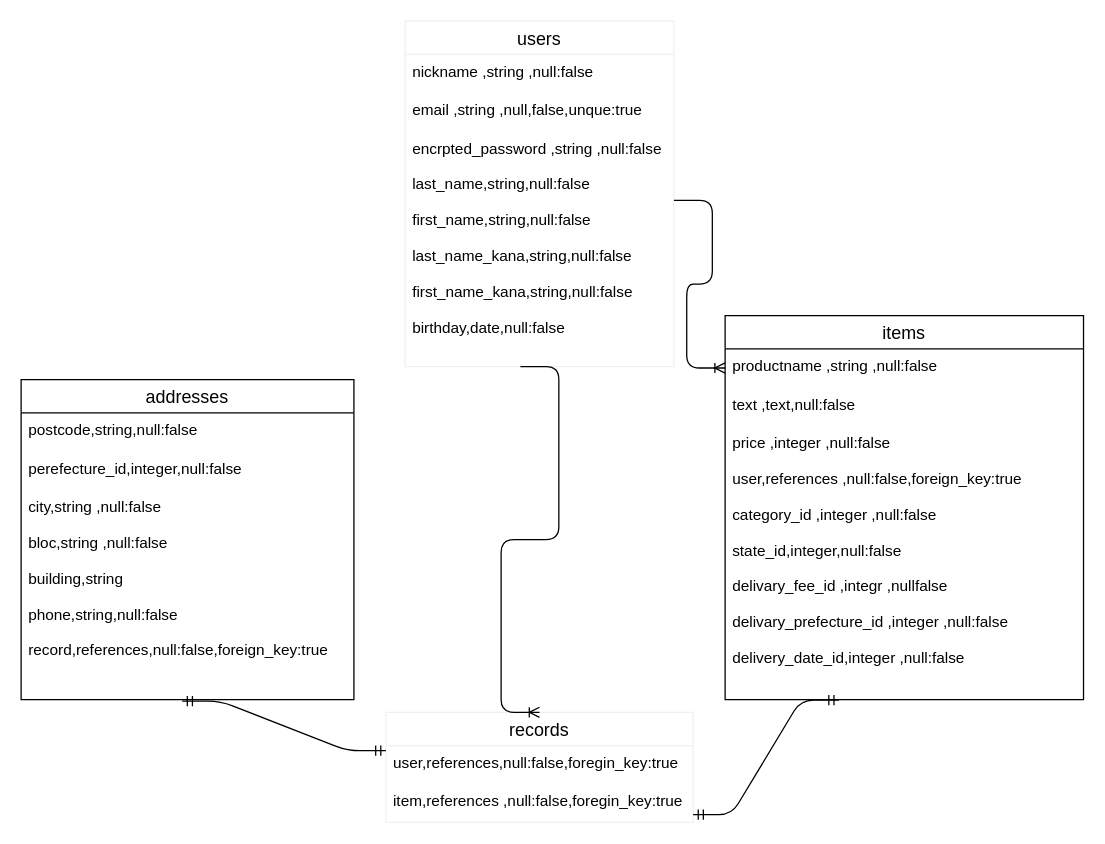
takared44/furima-36069 keeps this draw.io diagram as app/views/database.dio. Above is the earlier version. Source tidied: cells renumbered, new cells numbered last; positions are measured from the earlier drawing's top-left corner, leaving out a move shared by most shapes. Both pictures are drawn from the tidied source at 128%, with x=0, y=0 at pixel (20, 20).
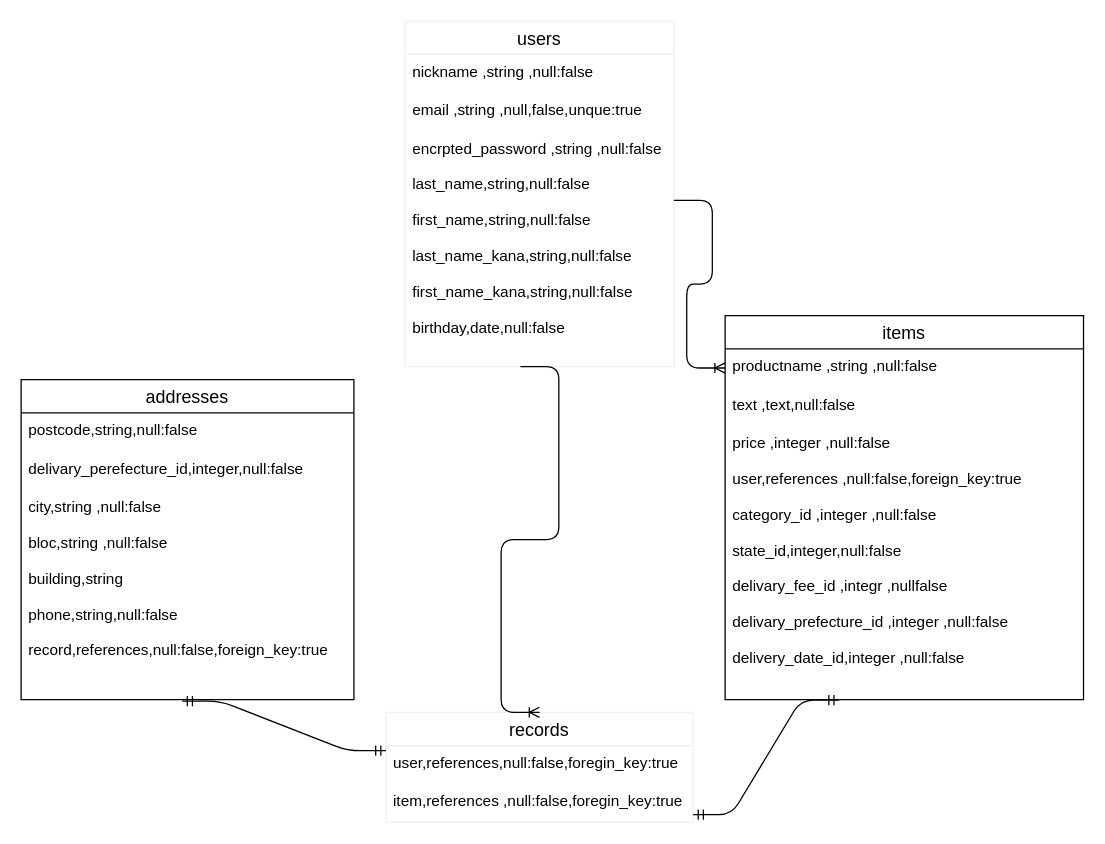
Above is the later version.

Commit message (it also covers changes not shown here):
修正点、変更しました！

Unchanged cells that the change refers to:
```xml
<mxCell id="9" value="addresses" style="swimlane;fontStyle=0;horizontal=1;startSize=26;align=center;fontSize=14;fillColor=none;gradientColor=none;" parent="1" vertex="1">
  <mxGeometry y="280" width="260" height="250" as="geometry" />
</mxCell>
```

What changed in the source:
```diff
@@
-    <mxCell id="11" value="perefecture_id,integer,null:false" style="text;strokeColor=none;fillColor=none;spacingLeft=4;spacingRight=4;overflow=hidden;fontSize=12;" parent="9" vertex="1">
+    <mxCell id="11" value="delivary_perefecture_id,integer,null:false" style="text;strokeColor=none;fillColor=none;spacingLeft=4;spacingRight=4;overflow=hidden;fontSize=12;" parent="9" vertex="1">
       <mxGeometry y="56" width="260" height="30" as="geometry" />
     </mxCell>
```
